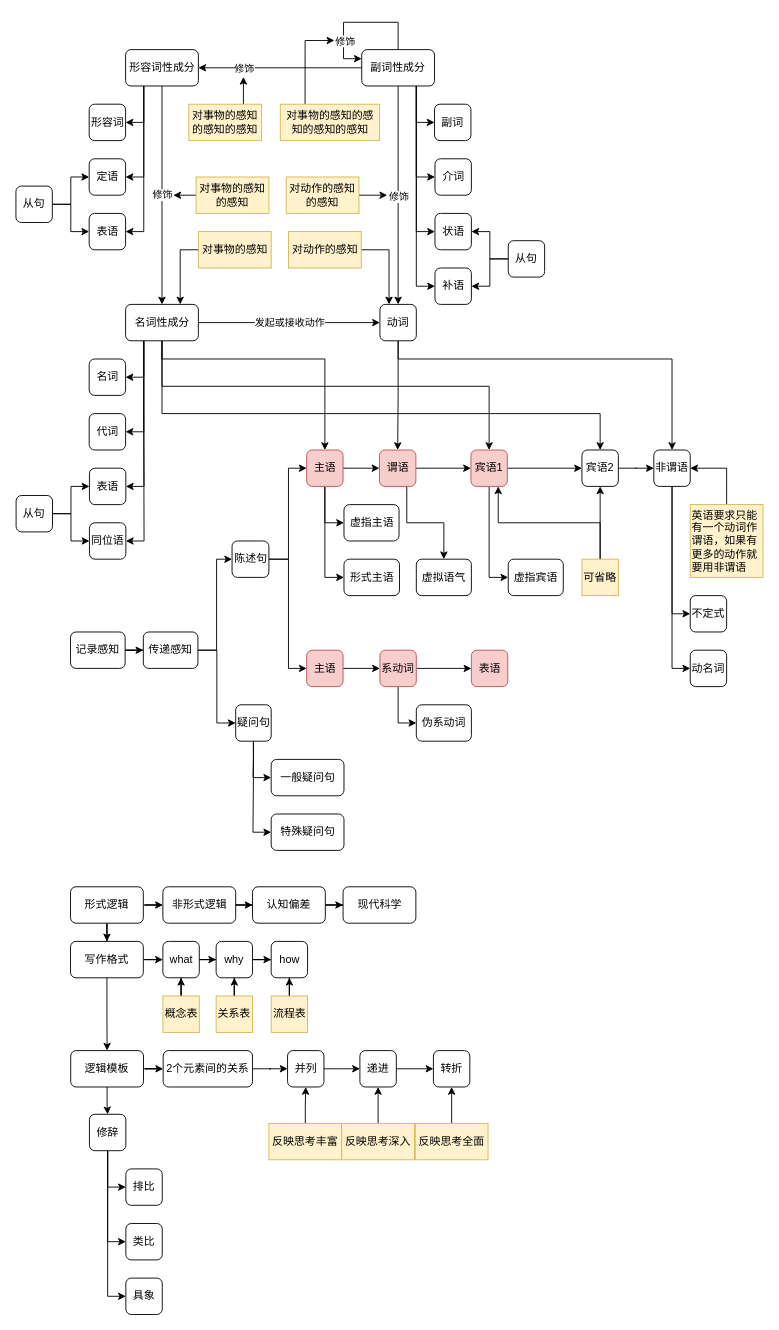
This is 语言文字.drawio from yanhanfrontend/draw.io.workspace, a draw.io file, before an edit. Source tidied: cells renumbered, new cells numbered last; positions are measured from the earlier drawing's top-left corner, leaving out a move shared by most shapes. Both pictures are drawn from the tidied source at 91%, with x=0, y=0 at pixel (15, 22).
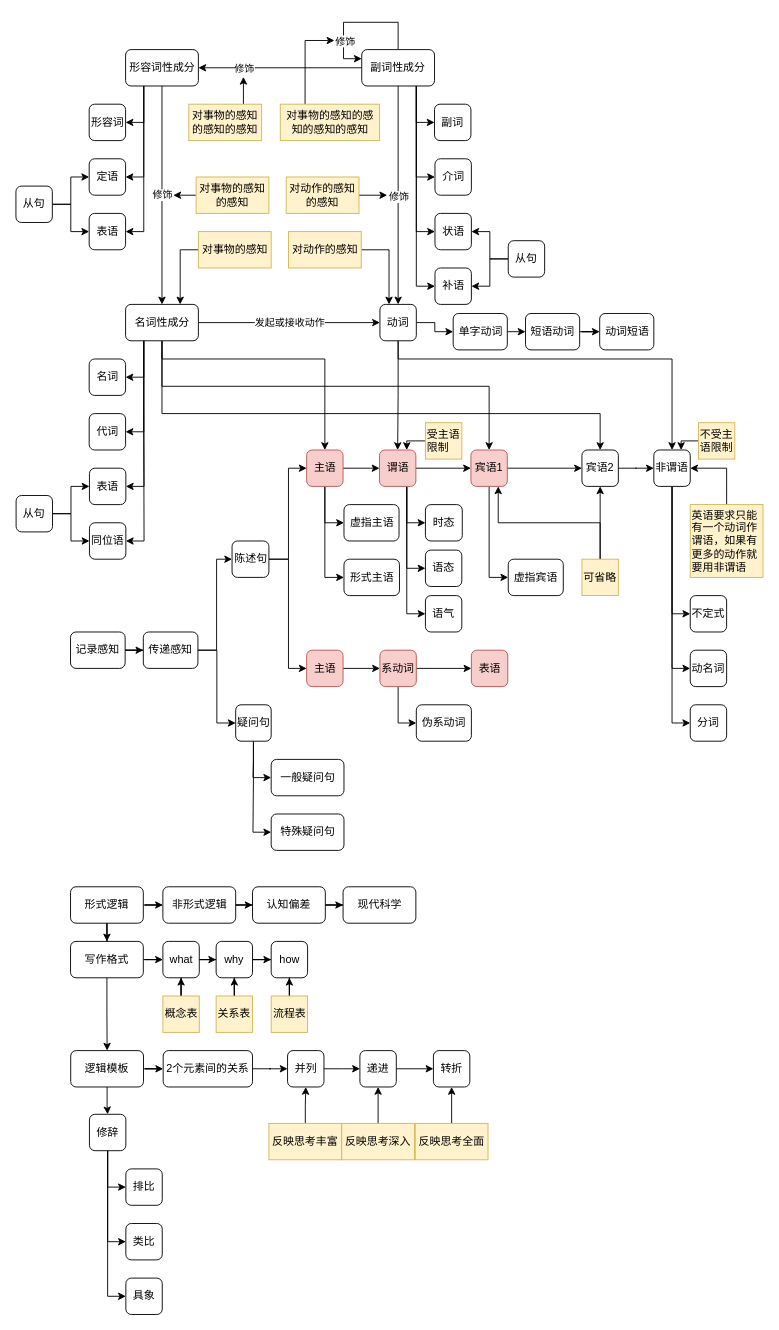
The same diagram, later.

Commit message:
更新语言文字.drawio

Unchanged cells that the change refers to:
```xml
<mxCell id="70" value="谓语" style="rounded=1;whiteSpace=wrap;html=1;fillColor=#f8cecc;strokeColor=#b85450;" parent="1" vertex="1">
  <mxGeometry x="399.5" y="470" width="40" height="40" as="geometry" />
</mxCell>
<mxCell id="83" value="非谓语" style="rounded=1;whiteSpace=wrap;html=1;" parent="1" vertex="1">
  <mxGeometry x="701" y="470" width="40" height="40" as="geometry" />
</mxCell>
<mxCell id="128" value="动词" style="rounded=1;whiteSpace=wrap;html=1;" parent="1" vertex="1">
  <mxGeometry x="400" y="310" width="40" height="40" as="geometry" />
</mxCell>
```

Change to the diagram source:
```diff
@@
-    <mxCell id="69" style="edgeStyle=orthogonalEdgeStyle;rounded=0;jettySize=auto;html=1;exitX=0.75;exitY=1;exitDx=0;exitDy=0;entryX=0.5;entryY=0;entryDx=0;entryDy=0;" parent="1" edge="1" source="70" target="145">
+    <mxCell id="69" style="edgeStyle=orthogonalEdgeStyle;rounded=0;jettySize=auto;html=1;entryX=0;entryY=0.5;entryDx=0;entryDy=0;exitX=0.75;exitY=1;exitDx=0;exitDy=0;" parent="1" edge="1" source="70" target="145">
       <mxGeometry relative="1" as="geometry" />
     </mxCell>
+    <mxCell id="153" style="edgeStyle=orthogonalEdgeStyle;rounded=0;jettySize=auto;html=1;exitX=0.75;exitY=1;exitDx=0;exitDy=0;entryX=0;entryY=0.5;entryDx=0;entryDy=0;" parent="1" edge="1" source="70" target="157">
+      <mxGeometry relative="1" as="geometry" />
+    </mxCell>
+    <mxCell id="154" style="edgeStyle=orthogonalEdgeStyle;rounded=0;jettySize=auto;html=1;exitX=0.75;exitY=1;exitDx=0;exitDy=0;entryX=0;entryY=0.5;entryDx=0;entryDy=0;" parent="1" edge="1" source="70" target="158">
+      <mxGeometry relative="1" as="geometry" />
+    </mxCell>
@@
+    <mxCell id="155" style="edgeStyle=orthogonalEdgeStyle;rounded=0;jettySize=auto;html=1;exitX=0.5;exitY=1;exitDx=0;exitDy=0;entryX=0;entryY=0.5;entryDx=0;entryDy=0;" parent="1" edge="1" source="83" target="163">
+      <mxGeometry relative="1" as="geometry" />
+    </mxCell>
@@
+    <mxCell id="156" style="edgeStyle=orthogonalEdgeStyle;rounded=0;jettySize=auto;html=1;exitX=1;exitY=0.5;exitDx=0;exitDy=0;entryX=0;entryY=0.5;entryDx=0;entryDy=0;" parent="1" edge="1" source="128" target="165">
+      <mxGeometry relative="1" as="geometry" />
+    </mxCell>
@@
-    <mxCell id="145" value="虚拟语气" style="rounded=1;whiteSpace=wrap;html=1;" parent="1" vertex="1">
-      <mxGeometry x="440" y="590" width="60.5" height="40" as="geometry" />
+    <mxCell id="145" value="时态" style="rounded=1;whiteSpace=wrap;html=1;" parent="1" vertex="1">
+      <mxGeometry x="450" y="530" width="40.5" height="40" as="geometry" />
     </mxCell>
@@
+    <mxCell id="157" value="语态" style="rounded=1;whiteSpace=wrap;html=1;" parent="1" vertex="1">
+      <mxGeometry x="450" y="580" width="40" height="40" as="geometry" />
+    </mxCell>
+    <mxCell id="158" value="语气" style="rounded=1;whiteSpace=wrap;html=1;" parent="1" vertex="1">
+      <mxGeometry x="450" y="630" width="40" height="40" as="geometry" />
+    </mxCell>
+    <mxCell id="159" style="edgeStyle=orthogonalEdgeStyle;rounded=0;jettySize=auto;html=1;exitX=0;exitY=0.5;exitDx=0;exitDy=0;entryX=0.75;entryY=0;entryDx=0;entryDy=0;" parent="1" edge="1" source="160" target="70">
+      <mxGeometry relative="1" as="geometry" />
+    </mxCell>
+    <mxCell id="160" value="受主语限制" style="text;html=1;align=left;verticalAlign=middle;whiteSpace=wrap;rounded=0;fillColor=#fff2cc;strokeColor=#d6b656;" parent="1" vertex="1">
+      <mxGeometry x="450" y="440" width="40" height="40" as="geometry" />
+    </mxCell>
+    <mxCell id="161" style="edgeStyle=orthogonalEdgeStyle;rounded=0;jettySize=auto;html=1;exitX=0;exitY=0.5;exitDx=0;exitDy=0;entryX=0.75;entryY=0;entryDx=0;entryDy=0;" parent="1" edge="1" source="162" target="83">
+      <mxGeometry relative="1" as="geometry" />
+    </mxCell>
+    <mxCell id="162" value="不&lt;span style=&quot;background-color: transparent; color: light-dark(rgb(0, 0, 0), rgb(255, 255, 255));&quot;&gt;受主语限制&lt;/span&gt;" style="text;html=1;align=left;verticalAlign=middle;whiteSpace=wrap;rounded=0;fillColor=#fff2cc;strokeColor=#d6b656;" parent="1" vertex="1">
+      <mxGeometry x="750" y="440" width="40" height="40" as="geometry" />
+    </mxCell>
+    <mxCell id="163" value="分&lt;span style=&quot;background-color: transparent; color: light-dark(rgb(0, 0, 0), rgb(255, 255, 255));&quot;&gt;词&lt;/span&gt;" style="rounded=1;whiteSpace=wrap;html=1;" parent="1" vertex="1">
+      <mxGeometry x="741" y="750" width="40" height="40" as="geometry" />
+    </mxCell>
+    <mxCell id="164" style="edgeStyle=orthogonalEdgeStyle;rounded=0;jettySize=auto;html=1;exitX=1;exitY=0.5;exitDx=0;exitDy=0;entryX=0;entryY=0.5;entryDx=0;entryDy=0;" parent="1" edge="1" source="165" target="167">
+      <mxGeometry relative="1" as="geometry" />
+    </mxCell>
+    <mxCell id="165" value="单字动词" style="rounded=1;whiteSpace=wrap;html=1;" parent="1" vertex="1">
+      <mxGeometry x="480.5" y="320" width="59.5" height="40" as="geometry" />
+    </mxCell>
+    <mxCell id="166" style="edgeStyle=orthogonalEdgeStyle;rounded=0;jettySize=auto;html=1;exitX=1;exitY=0.5;exitDx=0;exitDy=0;" parent="1" edge="1" source="167" target="168">
+      <mxGeometry relative="1" as="geometry" />
+    </mxCell>
+    <mxCell id="167" value="短语动词" style="rounded=1;whiteSpace=wrap;html=1;" parent="1" vertex="1">
+      <mxGeometry x="560" y="320" width="59.5" height="40" as="geometry" />
+    </mxCell>
+    <mxCell id="168" value="动词短语" style="rounded=1;whiteSpace=wrap;html=1;" parent="1" vertex="1">
+      <mxGeometry x="641.5" y="320" width="59.5" height="40" as="geometry" />
+    </mxCell>
```
